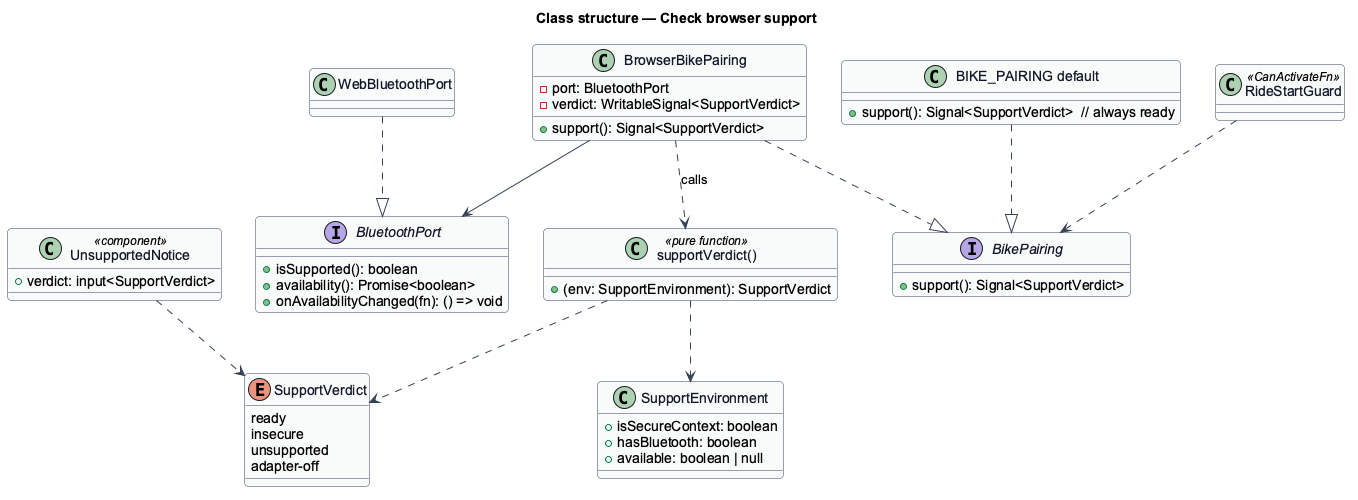
QuinntyneBrown/ride-one keeps this PlantUML diagram as docs/detailed-designs/browser-edition/check-browser-support/diagrams/class-structure.png. Above is the earlier version.
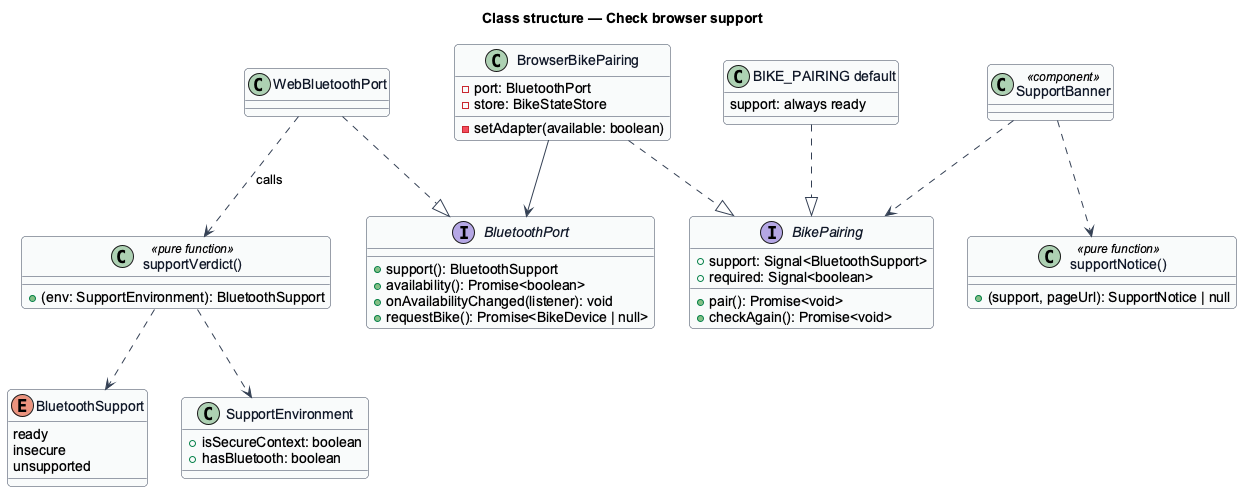
The same file after the commit.

Change to the diagram source:
```diff
@@ -11,49 +11,51 @@
 }
 title Class structure — Check browser support
 
-enum SupportVerdict {
+enum BluetoothSupport {
   ready
   insecure
   unsupported
-  adapter-off
 }
 class SupportEnvironment {
   +isSecureContext: boolean
   +hasBluetooth: boolean
-  +available: boolean | null
 }
 class "supportVerdict()" as fn <<pure function>> {
-  +(env: SupportEnvironment): SupportVerdict
+  +(env: SupportEnvironment): BluetoothSupport
 }
 interface BluetoothPort {
-  +isSupported(): boolean
+  +support(): BluetoothSupport
   +availability(): Promise<boolean>
-  +onAvailabilityChanged(fn): () => void
+  +onAvailabilityChanged(listener): void
+  +requestBike(): Promise<BikeDevice | null>
 }
 class WebBluetoothPort
 interface BikePairing {
-  +support(): Signal<SupportVerdict>
+  +support: Signal<BluetoothSupport>
+  +required: Signal<boolean>
+  +pair(): Promise<void>
+  +checkAgain(): Promise<void>
 }
 class BrowserBikePairing {
   -port: BluetoothPort
-  -verdict: WritableSignal<SupportVerdict>
-  +support(): Signal<SupportVerdict>
+  -store: BikeStateStore
+  -setAdapter(available: boolean)
 }
 class "BIKE_PAIRING default" as ServerBikePairing {
-  +support(): Signal<SupportVerdict>  // always ready
+  support: always ready
 }
-class UnsupportedNotice <<component>> {
-  +verdict: input<SupportVerdict>
+class "supportNotice()" as notice <<pure function>> {
+  +(support, pageUrl): SupportNotice | null
 }
-class RideStartGuard <<CanActivateFn>>
+class SupportBanner <<component>>
 
 WebBluetoothPort ..|> BluetoothPort
 BrowserBikePairing ..|> BikePairing
 ServerBikePairing ..|> BikePairing
 BrowserBikePairing --> BluetoothPort
-BrowserBikePairing ..> fn : calls
+WebBluetoothPort ..> fn : calls
 fn ..> SupportEnvironment
-fn ..> SupportVerdict
-RideStartGuard ..> BikePairing
-UnsupportedNotice ..> SupportVerdict
+fn ..> BluetoothSupport
+SupportBanner ..> BikePairing
+SupportBanner ..> notice
 @enduml
```
